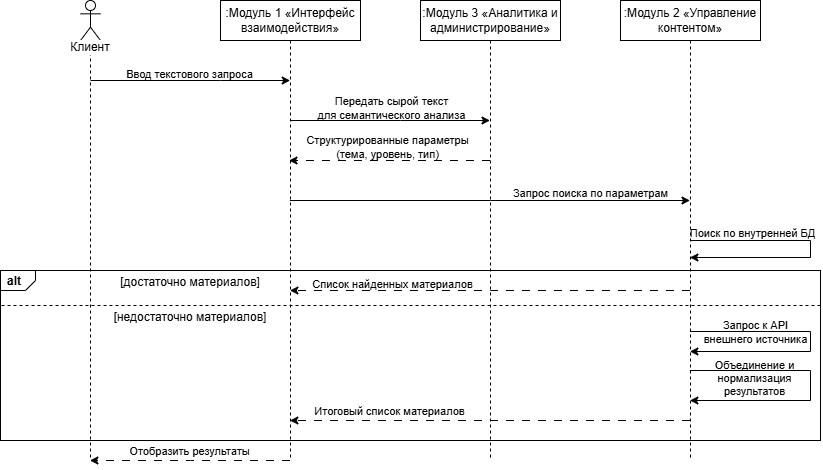
Hohrandrey/RTU_MIREA_2023-2027 keeps this draw.io diagram as 6 семестр/Автоматизированные системы управление элементами промышленных и административных объектов/Практическая работа №4/Процесс1.drawio.png. Above is the earlier version. Source tidied: cells renumbered, new cells last; positions are measured from the earlier drawing's top-left corner, leaving out a move shared by most shapes.
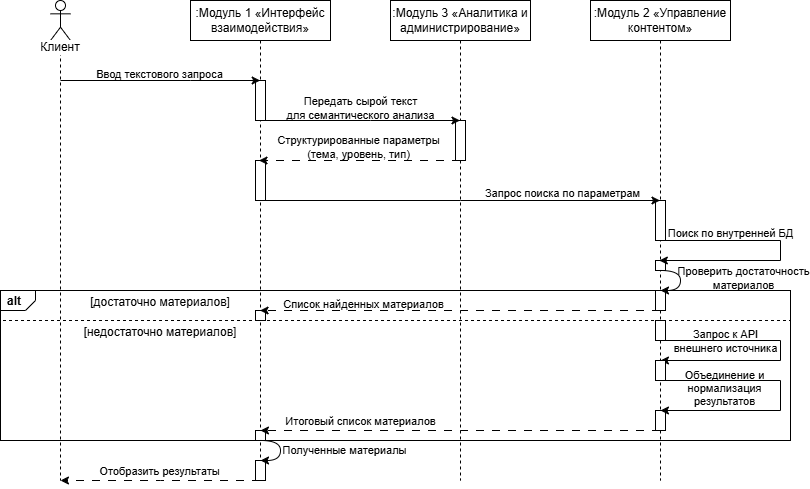
The same diagram one commit later.

Change to the diagram source:
```diff
@@ -3,23 +3,35 @@
     <mxCell id="0" />
     <mxCell id="1" parent="0" />
     <mxCell id="2" value="alt" style="strokeColor=inherit;fillColor=inherit;gradientColor=inherit;html=1;shape=mxgraph.sysml.package;labelX=35;fontStyle=1;align=left;verticalAlign=top;spacingLeft=5;spacingTop=-3;" parent="1" vertex="1">
-      <mxGeometry y="270" width="820" height="170" as="geometry" />
+      <mxGeometry x="30" y="290" width="790" height="150" as="geometry" />
     </mxCell>
+    <mxCell id="6" value=":Модуль 3 «Аналитика и администрирование»" style="shape=umlLifeline;perimeter=lifelinePerimeter;whiteSpace=wrap;html=1;outlineConnect=0;portConstraint=eastwest;newEdgeStyle={&quot;curved&quot;:0,&quot;rounded&quot;:0};" parent="1" vertex="1">
+      <mxGeometry x="420" width="140" height="480" as="geometry" />
+    </mxCell>
+    <mxCell id="5" value=":Модуль 1 «Интерфейс взаимодействия»" style="shape=umlLifeline;perimeter=lifelinePerimeter;whiteSpace=wrap;html=1;outlineConnect=0;portConstraint=eastwest;newEdgeStyle={&quot;curved&quot;:0,&quot;rounded&quot;:0};" parent="1" vertex="1">
+      <mxGeometry x="220" width="140" height="480" as="geometry" />
+    </mxCell>
+    <mxCell id="31" style="whiteSpace=wrap;html=1;" parent="1" vertex="1">
+      <mxGeometry x="285" y="80" width="10" height="40" as="geometry" />
+    </mxCell>
+    <mxCell id="32" style="whiteSpace=wrap;html=1;" parent="1" vertex="1">
+      <mxGeometry x="285" y="160" width="10" height="40" as="geometry" />
+    </mxCell>
+    <mxCell id="33" style="whiteSpace=wrap;html=1;" parent="1" vertex="1">
+      <mxGeometry x="485" y="120" width="10" height="40" as="geometry" />
+    </mxCell>
+    <mxCell id="7" value=":Модуль 2 «Управление контентом»" style="shape=umlLifeline;perimeter=lifelinePerimeter;whiteSpace=wrap;html=1;outlineConnect=0;portConstraint=eastwest;newEdgeStyle={&quot;curved&quot;:0,&quot;rounded&quot;:0};" parent="1" vertex="1">
+      <mxGeometry x="620" width="140" height="480" as="geometry" />
+    </mxCell>
+    <mxCell id="34" style="whiteSpace=wrap;html=1;" parent="1" vertex="1">
+      <mxGeometry x="685" y="200" width="10" height="40" as="geometry" />
+    </mxCell>
     <mxCell id="3" style="shape=umlLifeline;perimeter=lifelinePerimeter;whiteSpace=wrap;html=1;outlineConnect=0;portConstraint=eastwest;newEdgeStyle={&quot;curved&quot;:0,&quot;rounded&quot;:0};participant=umlActor;" parent="1" vertex="1">
-      <mxGeometry x="80" width="20" height="460" as="geometry" />
+      <mxGeometry x="80" width="20" height="480" as="geometry" />
     </mxCell>
     <mxCell id="4" value="Клиент" style="text;html=1;whiteSpace=wrap;strokeColor=none;fillColor=none;align=center;verticalAlign=middle;rounded=0;labelBackgroundColor=default;" parent="1" vertex="1">
       <mxGeometry x="60" y="32" width="60" height="30" as="geometry" />
     </mxCell>
-    <mxCell id="5" value=":Модуль 1 «Интерфейс взаимодействия»" style="shape=umlLifeline;perimeter=lifelinePerimeter;whiteSpace=wrap;html=1;outlineConnect=0;portConstraint=eastwest;newEdgeStyle={&quot;curved&quot;:0,&quot;rounded&quot;:0};" parent="1" vertex="1">
-      <mxGeometry x="220" width="140" height="460" as="geometry" />
-    </mxCell>
-    <mxCell id="6" value=":Модуль 3 «Аналитика и администрирование»" style="shape=umlLifeline;perimeter=lifelinePerimeter;whiteSpace=wrap;html=1;outlineConnect=0;portConstraint=eastwest;newEdgeStyle={&quot;curved&quot;:0,&quot;rounded&quot;:0};" parent="1" vertex="1">
-      <mxGeometry x="420" width="140" height="460" as="geometry" />
-    </mxCell>
-    <mxCell id="7" value=":Модуль 2 «Управление контентом»" style="shape=umlLifeline;perimeter=lifelinePerimeter;whiteSpace=wrap;html=1;outlineConnect=0;portConstraint=eastwest;newEdgeStyle={&quot;curved&quot;:0,&quot;rounded&quot;:0};" parent="1" vertex="1">
-      <mxGeometry x="620" width="140" height="460" as="geometry" />
-    </mxCell>
     <mxCell id="8" style="rounded=0;orthogonalLoop=1;jettySize=auto;html=1;" parent="1" edge="1">
       <mxGeometry relative="1" as="geometry">
         <mxPoint x="90" y="80" as="sourcePoint" />
@@ -72,43 +84,19 @@
         <mxPoint x="7" y="-9" as="offset" />
       </mxGeometry>
     </mxCell>
-    <mxCell id="16" style="edgeStyle=orthogonalEdgeStyle;rounded=0;jettySize=auto;html=1;dashed=1;dashPattern=8 8;" parent="1" edge="1" source="7" target="5">
-      <mxGeometry relative="1" as="geometry">
-        <Array as="points">
-          <mxPoint x="490" y="290" />
-          <mxPoint x="490" y="290" />
-        </Array>
-      </mxGeometry>
-    </mxCell>
-    <mxCell id="17" value="Список найденных материалов" style="edgeLabel;html=1;align=center;verticalAlign=middle;labelBackgroundColor=none;" parent="16" vertex="1">
-      <mxGeometry x="-0.35" y="-1" relative="1" as="geometry">
-        <mxPoint x="-167" y="-6" as="offset" />
-      </mxGeometry>
-    </mxCell>
     <mxCell id="18" value="[достаточно материалов]" style="text;html=1;whiteSpace=wrap;strokeColor=none;fillColor=none;align=center;verticalAlign=middle;rounded=0;" parent="1" vertex="1">
-      <mxGeometry x="90" y="270" width="200" height="23" as="geometry" />
+      <mxGeometry x="90" y="290" width="200" height="23" as="geometry" />
     </mxCell>
     <mxCell id="19" value="[недостаточно материалов]" style="text;html=1;whiteSpace=wrap;strokeColor=none;fillColor=none;align=center;verticalAlign=middle;rounded=0;" parent="1" vertex="1">
-      <mxGeometry x="90" y="305" width="200" height="23" as="geometry" />
+      <mxGeometry x="90" y="320" width="200" height="23" as="geometry" />
     </mxCell>
-    <mxCell id="20" style="edgeStyle=orthogonalEdgeStyle;rounded=0;jettySize=auto;html=1;dashed=1;dashPattern=8 8;" parent="1" edge="1" source="7" target="5">
-      <mxGeometry relative="1" as="geometry">
-        <Array as="points">
-          <mxPoint x="490" y="420" />
-          <mxPoint x="490" y="420" />
-        </Array>
-      </mxGeometry>
-    </mxCell>
-    <mxCell id="21" value="Итоговый список материалов" style="edgeLabel;html=1;align=center;verticalAlign=middle;labelBackgroundColor=none;" parent="20" vertex="1">
-      <mxGeometry x="0.23" y="-1" relative="1" as="geometry">
-        <mxPoint x="-54" y="-9" as="offset" />
-      </mxGeometry>
-    </mxCell>
-    <mxCell id="22" style="edgeStyle=orthogonalEdgeStyle;rounded=0;jettySize=auto;html=1;dashed=1;dashPattern=8 8;" parent="1" edge="1" source="5" target="3">
+    <mxCell id="22" style="edgeStyle=orthogonalEdgeStyle;rounded=0;orthogonalLoop=1;jettySize=auto;html=1;dashed=1;dashPattern=8 8;" parent="1" edge="1">
       <mxGeometry relative="1" as="geometry">
+        <mxPoint x="289.5" y="480" as="sourcePoint" />
+        <mxPoint x="89.9" y="480" as="targetPoint" />
         <Array as="points">
-          <mxPoint x="190" y="460" />
-          <mxPoint x="190" y="460" />
+          <mxPoint x="190" y="480" />
+          <mxPoint x="190" y="480" />
         </Array>
       </mxGeometry>
     </mxCell>
@@ -117,43 +105,21 @@
         <mxPoint x="24" y="-9" as="offset" />
       </mxGeometry>
     </mxCell>
-    <mxCell id="24" style="edgeStyle=orthogonalEdgeStyle;rounded=0;orthogonalLoop=1;jettySize=auto;html=1;" parent="1" edge="1" source="7" target="7">
-      <mxGeometry relative="1" as="geometry">
-        <Array as="points">
-          <mxPoint x="810" y="240" />
-          <mxPoint x="810" y="257" />
-        </Array>
-      </mxGeometry>
-    </mxCell>
-    <mxCell id="25" value="Поиск по внутренней БД" style="edgeLabel;html=1;align=center;verticalAlign=middle;labelBackgroundColor=none;" parent="24" vertex="1">
-      <mxGeometry x="-0.74" y="-3" relative="1" as="geometry">
-        <mxPoint x="28" y="-11" as="offset" />
-      </mxGeometry>
-    </mxCell>
-    <mxCell id="26" style="edgeStyle=orthogonalEdgeStyle;rounded=0;orthogonalLoop=1;jettySize=auto;html=1;" parent="1" edge="1" source="7" target="7">
-      <mxGeometry relative="1" as="geometry">
-        <Array as="points">
-          <mxPoint x="810" y="370" />
-          <mxPoint x="810" y="400" />
-        </Array>
-      </mxGeometry>
-    </mxCell>
-    <mxCell id="27" value="Объединение и&lt;div&gt;нормализация&lt;/div&gt;&lt;div&gt;результатов&lt;/div&gt;" style="edgeLabel;html=1;align=center;verticalAlign=middle;labelBackgroundColor=none;" parent="26" vertex="1">
-      <mxGeometry x="-0.74" y="-3" relative="1" as="geometry">
-        <mxPoint x="28" y="4" as="offset" />
-      </mxGeometry>
-    </mxCell>
-    <mxCell id="28" style="strokeColor=inherit;fillColor=inherit;gradientColor=inherit;endArrow=none;html=1;edgeStyle=orthogonalEdgeStyle;dashed=1;rounded=0;entryX=0;entryY=0.5;entryDx=0;entryDy=0;entryPerimeter=0;" parent="1" edge="1">
+    <mxCell id="28" style="strokeColor=inherit;fillColor=inherit;gradientColor=inherit;endArrow=none;html=1;edgeStyle=orthogonalEdgeStyle;dashed=1;rounded=0;entryX=0;entryY=0.25;entryDx=0;entryDy=0;entryPerimeter=0;exitX=1;exitY=0.25;exitDx=0;exitDy=0;exitPerimeter=0;" parent="1" edge="1" source="2" target="2">
       <mxGeometry relative="1" as="geometry">
-        <mxPoint x="820" y="305" as="sourcePoint" />
-        <mxPoint y="305" as="targetPoint" />
+        <Array as="points">
+          <mxPoint x="820" y="320" />
+          <mxPoint x="30" y="320" />
+        </Array>
       </mxGeometry>
     </mxCell>
-    <mxCell id="29" style="edgeStyle=orthogonalEdgeStyle;rounded=0;orthogonalLoop=1;jettySize=auto;html=1;" parent="1" edge="1" source="7" target="7">
+    <mxCell id="29" style="edgeStyle=orthogonalEdgeStyle;rounded=0;orthogonalLoop=1;jettySize=auto;html=1;" parent="1" edge="1">
       <mxGeometry relative="1" as="geometry">
+        <mxPoint x="689.9" y="340" as="sourcePoint" />
+        <mxPoint x="689.9" y="360" as="targetPoint" />
         <Array as="points">
-          <mxPoint x="810" y="331" />
-          <mxPoint x="810" y="351" />
+          <mxPoint x="810" y="340" />
+          <mxPoint x="810" y="360" />
         </Array>
       </mxGeometry>
     </mxCell>
@@ -162,5 +128,113 @@
         <mxPoint x="-11" as="offset" />
       </mxGeometry>
     </mxCell>
+    <mxCell id="35" style="whiteSpace=wrap;html=1;" parent="1" vertex="1">
+      <mxGeometry x="685" y="260" width="10" height="10" as="geometry" />
+    </mxCell>
+    <mxCell id="36" style="whiteSpace=wrap;html=1;" parent="1" vertex="1">
+      <mxGeometry x="685" y="290" width="10" height="20" as="geometry" />
+    </mxCell>
+    <mxCell id="24" style="edgeStyle=orthogonalEdgeStyle;rounded=0;orthogonalLoop=1;jettySize=auto;html=1;" parent="1" edge="1" source="7" target="7">
+      <mxGeometry relative="1" as="geometry">
+        <Array as="points">
+          <mxPoint x="810" y="240" />
+          <mxPoint x="810" y="260" />
+        </Array>
+      </mxGeometry>
+    </mxCell>
+    <mxCell id="25" value="Поиск по внутренней БД" style="edgeLabel;html=1;align=center;verticalAlign=middle;labelBackgroundColor=none;" parent="24" vertex="1">
+      <mxGeometry x="-0.74" y="-3" relative="1" as="geometry">
+        <mxPoint x="35" y="-11" as="offset" />
+      </mxGeometry>
+    </mxCell>
+    <mxCell id="37" style="whiteSpace=wrap;html=1;" parent="1" vertex="1">
+      <mxGeometry x="285" y="310" width="10" height="10" as="geometry" />
+    </mxCell>
+    <mxCell id="16" style="edgeStyle=orthogonalEdgeStyle;rounded=0;orthogonalLoop=1;jettySize=auto;html=1;dashed=1;dashPattern=8 8;" parent="1" edge="1">
+      <mxGeometry relative="1" as="geometry">
+        <mxPoint x="689.5" y="310" as="sourcePoint" />
+        <mxPoint x="289.5" y="310" as="targetPoint" />
+        <Array as="points">
+          <mxPoint x="490" y="310" />
+          <mxPoint x="490" y="310" />
+        </Array>
+      </mxGeometry>
+    </mxCell>
+    <mxCell id="17" value="Список найденных материалов" style="edgeLabel;html=1;align=center;verticalAlign=middle;labelBackgroundColor=none;" parent="16" vertex="1">
+      <mxGeometry x="-0.35" y="-1" relative="1" as="geometry">
+        <mxPoint x="-167" y="-6" as="offset" />
+      </mxGeometry>
+    </mxCell>
+    <mxCell id="38" style="whiteSpace=wrap;html=1;" parent="1" vertex="1">
+      <mxGeometry x="685" y="320" width="10" height="20" as="geometry" />
+    </mxCell>
+    <mxCell id="39" style="whiteSpace=wrap;html=1;" parent="1" vertex="1">
+      <mxGeometry x="685" y="360" width="10" height="20" as="geometry" />
+    </mxCell>
+    <mxCell id="40" style="whiteSpace=wrap;html=1;" parent="1" vertex="1">
+      <mxGeometry x="685" y="410" width="10" height="20" as="geometry" />
+    </mxCell>
+    <mxCell id="26" style="edgeStyle=orthogonalEdgeStyle;rounded=0;orthogonalLoop=1;jettySize=auto;html=1;" parent="1" edge="1">
+      <mxGeometry relative="1" as="geometry">
+        <mxPoint x="689.9" y="380" as="sourcePoint" />
+        <mxPoint x="689.9" y="410" as="targetPoint" />
+        <Array as="points">
+          <mxPoint x="810" y="380" />
+          <mxPoint x="810" y="410" />
+        </Array>
+      </mxGeometry>
+    </mxCell>
+    <mxCell id="27" value="Объединение и&lt;div&gt;нормализация&lt;/div&gt;&lt;div&gt;результатов&lt;/div&gt;" style="edgeLabel;html=1;align=center;verticalAlign=middle;labelBackgroundColor=none;" parent="26" vertex="1">
+      <mxGeometry x="-0.74" y="-3" relative="1" as="geometry">
+        <mxPoint x="28" y="4" as="offset" />
+      </mxGeometry>
+    </mxCell>
+    <mxCell id="41" style="whiteSpace=wrap;html=1;" parent="1" vertex="1">
+      <mxGeometry x="285" y="430" width="10" height="10" as="geometry" />
+    </mxCell>
+    <mxCell id="20" style="edgeStyle=orthogonalEdgeStyle;rounded=0;orthogonalLoop=1;jettySize=auto;html=1;dashed=1;dashPattern=8 8;" parent="1" edge="1">
+      <mxGeometry relative="1" as="geometry">
+        <mxPoint x="689.5" y="430" as="sourcePoint" />
+        <mxPoint x="289.9" y="430" as="targetPoint" />
+        <Array as="points">
+          <mxPoint x="490" y="430" />
+          <mxPoint x="490" y="430" />
+        </Array>
+      </mxGeometry>
+    </mxCell>
+    <mxCell id="21" value="Итоговый список материалов" style="edgeLabel;html=1;align=center;verticalAlign=middle;labelBackgroundColor=none;" parent="20" vertex="1">
+      <mxGeometry x="0.23" y="-1" relative="1" as="geometry">
+        <mxPoint x="-54" y="-9" as="offset" />
+      </mxGeometry>
+    </mxCell>
+    <mxCell id="42" style="whiteSpace=wrap;html=1;" parent="1" vertex="1">
+      <mxGeometry x="285" y="460" width="10" height="20" as="geometry" />
+    </mxCell>
+    <mxCell id="43" style="rounded=0;jettySize=auto;html=1;exitX=0.5;exitY=1;exitDx=0;exitDy=0;entryX=0.5;entryY=0;entryDx=0;entryDy=0;elbow=vertical;edgeStyle=orthogonalEdgeStyle;curved=1;" parent="1" edge="1" source="41" target="42">
+      <mxGeometry relative="1" as="geometry">
+        <Array as="points">
+          <mxPoint x="310" y="440" />
+          <mxPoint x="310" y="460" />
+        </Array>
+      </mxGeometry>
+    </mxCell>
+    <mxCell id="44" value="Полученные материалы" style="edgeLabel;html=1;align=center;verticalAlign=middle;labelBackgroundColor=none;" parent="43" vertex="1">
+      <mxGeometry x="-0.74" y="-3" relative="1" as="geometry">
+        <mxPoint x="75" y="6" as="offset" />
+      </mxGeometry>
+    </mxCell>
+    <mxCell id="45" style="rounded=0;jettySize=auto;html=1;exitX=0.5;exitY=1;exitDx=0;exitDy=0;entryX=0.5;entryY=0;entryDx=0;entryDy=0;edgeStyle=orthogonalEdgeStyle;curved=1;" parent="1" edge="1" source="35" target="36">
+      <mxGeometry relative="1" as="geometry">
+        <Array as="points">
+          <mxPoint x="710" y="270" />
+          <mxPoint x="710" y="290" />
+        </Array>
+      </mxGeometry>
+    </mxCell>
+    <mxCell id="46" value="Проверить достаточность&lt;div&gt;материалов&lt;/div&gt;" style="edgeLabel;html=1;align=center;verticalAlign=middle;labelBackgroundColor=none;" parent="45" vertex="1">
+      <mxGeometry x="-0.4" relative="1" as="geometry">
+        <mxPoint x="64" y="7" as="offset" />
+      </mxGeometry>
+    </mxCell>
   </root>
 </mxGraphModel>
```
